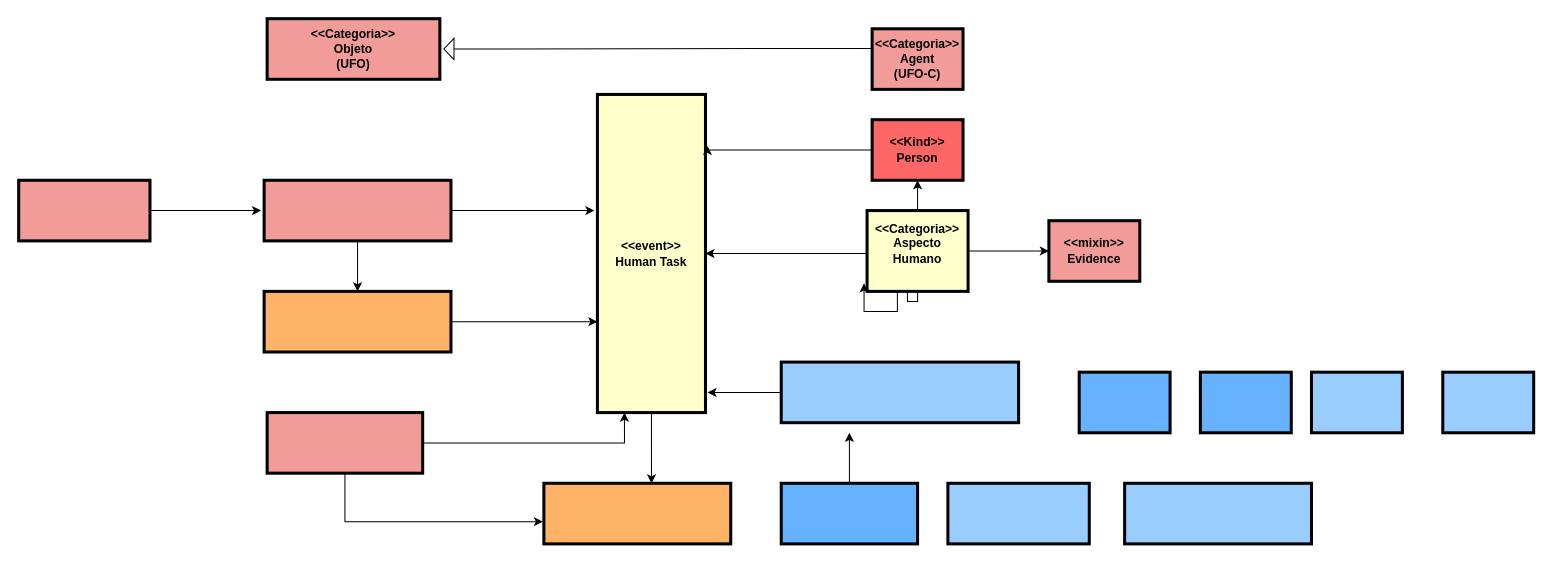
Earlier version of the draw.io diagram Ontologia de Competencias.drawio (RosianeSangali/RosianeSangali). Source tidied: cells renumbered, new cells numbered last; positions are measured from the earlier drawing's top-left corner, leaving out a move shared by most shapes. Both pictures are drawn from the tidied source at 101%, with x=0, y=0 at pixel (18, 18).
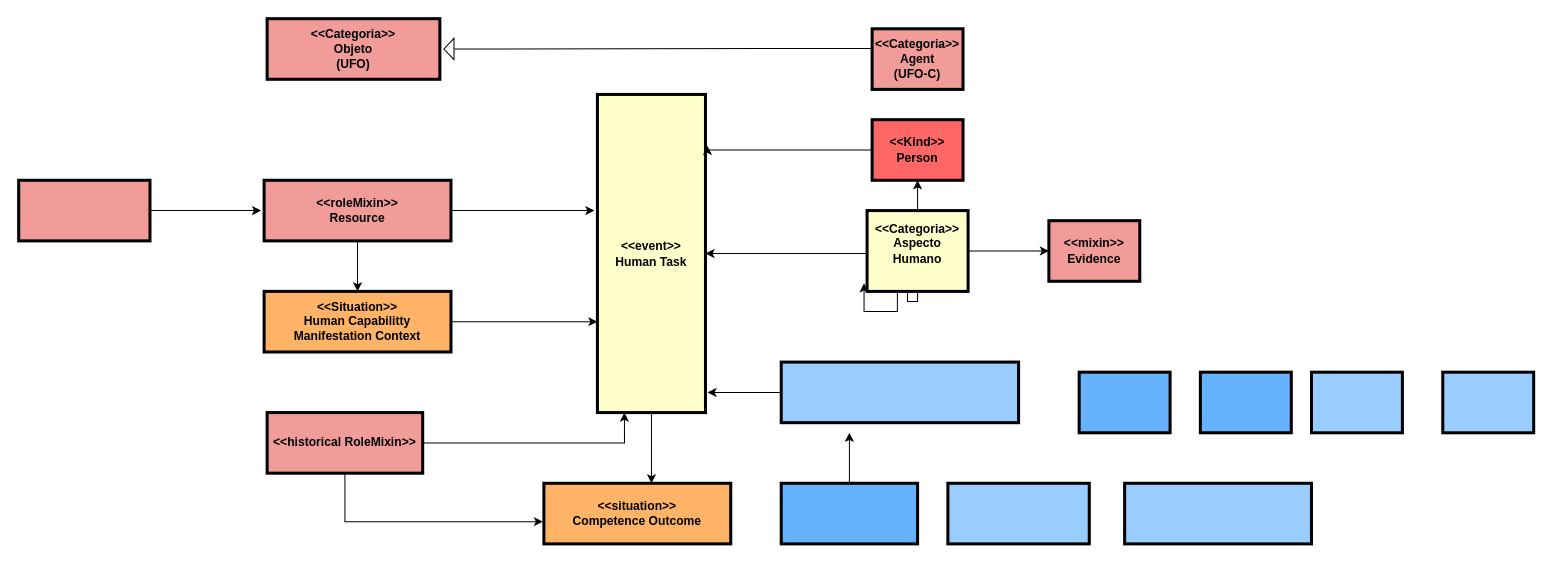
The same diagram, later.

Diff of the diagram source:
```diff
@@
-    <mxCell id="23" style="whiteSpace=wrap;align=center;verticalAlign=middle;fontStyle=1;strokeWidth=3;fillColor=#FFB366;" parent="1" vertex="1">
+    <mxCell id="23" value="&lt;&lt;situation&gt;&gt;&#10;Competence Outcome" style="whiteSpace=wrap;align=center;verticalAlign=middle;fontStyle=1;strokeWidth=3;fillColor=#FFB366;" parent="1" vertex="1">
       <mxGeometry x="520" y="460" width="185" height="60" as="geometry" />
     </mxCell>
@@
-    <mxCell id="25" style="whiteSpace=wrap;align=center;verticalAlign=middle;fontStyle=1;strokeWidth=3;fillColor=#F19C99;" parent="1" vertex="1">
+    <mxCell id="25" value="&lt;&lt;historical RoleMixin&gt;&gt;" style="whiteSpace=wrap;align=center;verticalAlign=middle;fontStyle=1;strokeWidth=3;fillColor=#F19C99;" parent="1" vertex="1">
       <mxGeometry x="246" y="390" width="154" height="60" as="geometry" />
     </mxCell>
@@
-    <mxCell id="27" style="whiteSpace=wrap;align=center;verticalAlign=middle;fontStyle=1;strokeWidth=3;fillColor=#F19C99;" parent="1" vertex="1">
+    <mxCell id="27" value="&lt;&lt;roleMixin&gt;&gt;&#10;Resource" style="whiteSpace=wrap;align=center;verticalAlign=middle;fontStyle=1;strokeWidth=3;fillColor=#F19C99;" parent="1" vertex="1">
       <mxGeometry x="243" y="160" width="185" height="60" as="geometry" />
     </mxCell>
@@
-    <mxCell id="29" style="whiteSpace=wrap;align=center;verticalAlign=middle;fontStyle=1;strokeWidth=3;fillColor=#FFB366;" parent="1" vertex="1">
+    <mxCell id="29" value="&lt;&lt;Situation&gt;&gt;&#10;Human Capabilitty&#10;Manifestation Context" style="whiteSpace=wrap;align=center;verticalAlign=middle;fontStyle=1;strokeWidth=3;fillColor=#FFB366;" parent="1" vertex="1">
       <mxGeometry x="243" y="270" width="185" height="60" as="geometry" />
     </mxCell>
```
